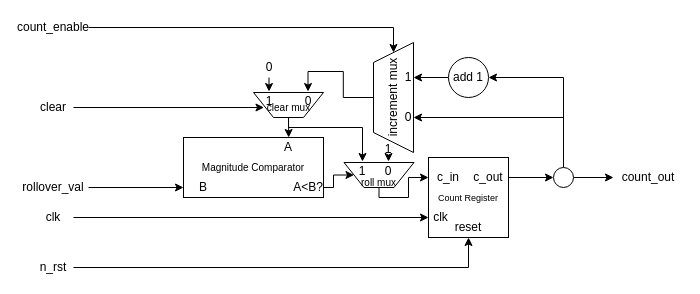
The draw.io diagram Lab4/docs/flex_counter.drawio in awesomeaiden/337labs, before the edit. Source tidied: cells renumbered, new cells numbered last; positions are measured from the earlier drawing's top-left corner, leaving out a move shared by most shapes. Both pictures are drawn from the tidied source at 100%, with x=0, y=0 at pixel (18, 17).
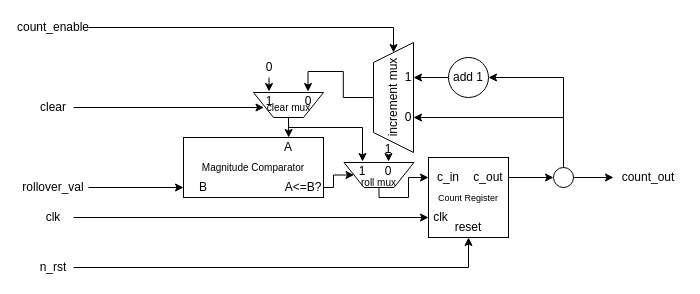
Above is the later version.

Commit message:
Lab 4 counter rtl update

What changed in the source:
```diff
@@
-    <mxCell id="32" value="A&amp;lt;B?" style="text;html=1;strokeColor=none;fillColor=none;align=center;verticalAlign=middle;whiteSpace=wrap;rounded=0;" parent="1" vertex="1">
-      <mxGeometry x="274.5" y="160" width="30" height="20" as="geometry" />
+    <mxCell id="32" value="A&amp;lt;=B?" style="text;html=1;strokeColor=none;fillColor=none;align=center;verticalAlign=middle;whiteSpace=wrap;rounded=0;" parent="1" vertex="1">
+      <mxGeometry x="265" y="160" width="39.5" height="20" as="geometry" />
     </mxCell>
```
